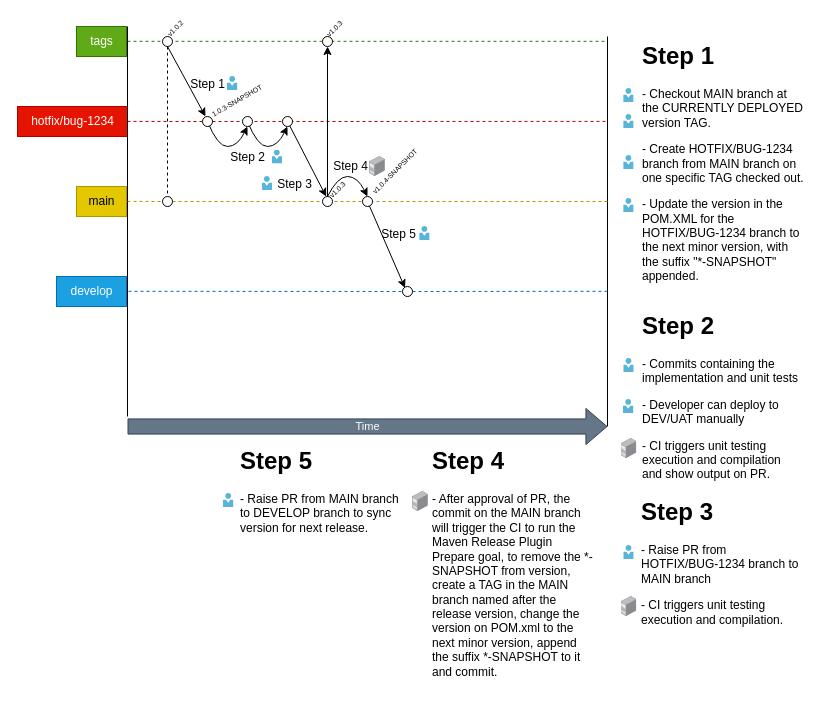
Before: page "Hotfix in existing API" (3 of 4) of docs/Branching Strategy-v2.drawio in IzinCompany/company-sapi, a draw.io diagram. Source tidied: cells renumbered, new cells numbered last; positions are measured from the earlier drawing's top-left corner, leaving out a move shared by most shapes. Both pictures are drawn from the tidied source at 100%, with x=0, y=0 at pixel (17, 21).
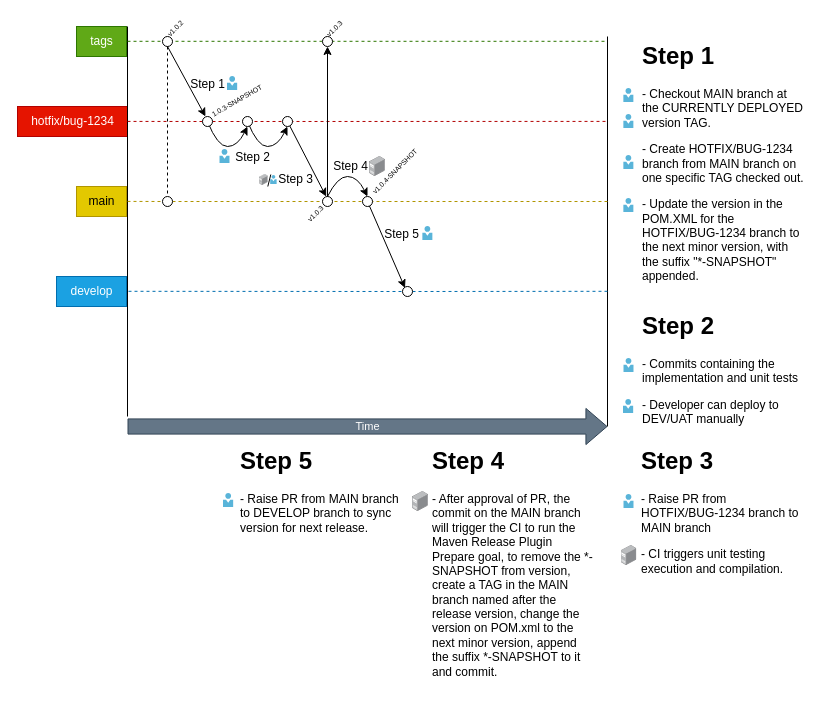
Above is the later version.

The edit, as a diff of the source:
```diff
@@
     <mxCell id="12" value="Step 2" style="text;html=1;strokeColor=none;fillColor=none;align=center;verticalAlign=middle;whiteSpace=wrap;rounded=0;" parent="1" vertex="1">
-      <mxGeometry x="207.5" y="128.5" width="45" height="15" as="geometry" />
+      <mxGeometry x="212.7" y="128" width="45" height="15" as="geometry" />
     </mxCell>
     <mxCell id="13" value="Step 3" style="text;html=1;strokeColor=none;fillColor=none;align=center;verticalAlign=middle;whiteSpace=wrap;rounded=0;" parent="1" vertex="1">
-      <mxGeometry x="255" y="155" width="45" height="15" as="geometry" />
+      <mxGeometry x="255.6" y="150" width="45" height="15" as="geometry" />
     </mxCell>
@@
     <mxCell id="30" value="Step 5" style="text;html=1;strokeColor=none;fillColor=none;align=center;verticalAlign=middle;whiteSpace=wrap;rounded=0;" parent="1" vertex="1">
-      <mxGeometry x="359" y="205" width="45" height="15" as="geometry" />
+      <mxGeometry x="362" y="205" width="45" height="15" as="geometry" />
     </mxCell>
@@
     <mxCell id="40" value="v1.0.3" style="text;html=1;strokeColor=none;fillColor=none;align=center;verticalAlign=middle;whiteSpace=wrap;rounded=0;fontSize=7;rotation=-45;" parent="1" vertex="1">
-      <mxGeometry x="311" y="161" width="19" height="15" as="geometry" />
+      <mxGeometry x="289" y="185" width="19" height="15" as="geometry" />
     </mxCell>
@@
-    <mxCell id="44" style="image;sketch=0;html=1;align=center;fontSize=12;image=img/lib/mscae/Person.svg;" parent="1" vertex="1">
-      <mxGeometry x="254.6" y="128.5" width="10.4" height="14" as="geometry" />
-    </mxCell>
-    <mxCell id="45" style="image;sketch=0;html=1;align=center;fontSize=12;image=img/lib/mscae/Person.svg;" parent="1" vertex="1">
-      <mxGeometry x="244.6" y="155" width="10.4" height="14" as="geometry" />
-    </mxCell>
     <mxCell id="46" style="image;sketch=0;html=1;align=center;fontSize=12;image=img/lib/mscae/Person.svg;" parent="1" vertex="1">
-      <mxGeometry x="402.2" y="205" width="10.4" height="14" as="geometry" />
+      <mxGeometry x="405.2" y="205" width="10.4" height="14" as="geometry" />
     </mxCell>
@@
     <mxCell id="48" value="&lt;h1&gt;Step 3&lt;/h1&gt;&lt;p&gt;&lt;/p&gt;- Raise PR from HOTFIX/BUG-1234 branch to MAIN branch&lt;p&gt;&lt;/p&gt;- CI triggers unit testing execution and compilation." style="text;html=1;strokeColor=none;fillColor=none;spacing=5;spacingTop=-20;whiteSpace=wrap;overflow=hidden;rounded=0;" parent="1" vertex="1">
-      <mxGeometry x="619.3" y="471" width="170.7" height="144" as="geometry" />
+      <mxGeometry x="619.3" y="420" width="170.7" height="144" as="geometry" />
     </mxCell>
     <mxCell id="49" style="image;sketch=0;html=1;align=center;fontSize=12;image=img/lib/mscae/Person.svg;" parent="1" vertex="1">
-      <mxGeometry x="606.3" y="524" width="10.4" height="14" as="geometry" />
+      <mxGeometry x="606.3" y="473" width="10.4" height="14" as="geometry" />
     </mxCell>
     <mxCell id="50" style="image;html=1;align=center;shadow=0;dashed=0;image=img/lib/allied_telesis/computer_and_terminals/Server_Desktop.svg;" parent="1" vertex="1">
-      <mxGeometry x="603.5" y="575" width="15.8" height="20" as="geometry" />
+      <mxGeometry x="603.5" y="524" width="15.8" height="20" as="geometry" />
     </mxCell>
@@
-    <mxCell id="52" value="&lt;h1&gt;Step 2&lt;/h1&gt;&lt;h1&gt;&lt;p style=&quot;font-size: 12px; font-weight: 400;&quot;&gt;- Commits containing the implementation and unit tests&amp;nbsp;&lt;br&gt;&lt;/p&gt;&lt;p style=&quot;font-size: 12px; font-weight: 400;&quot;&gt;- Developer can deploy to DEV/UAT manually&lt;/p&gt;&lt;p style=&quot;font-size: 12px; font-weight: 400;&quot;&gt;- CI triggers unit testing execution and compilation and show output on PR.&lt;br&gt;&lt;/p&gt;&lt;/h1&gt;" style="text;html=1;strokeColor=none;fillColor=none;spacing=5;spacingTop=-20;whiteSpace=wrap;overflow=hidden;rounded=0;" parent="1" vertex="1">
-      <mxGeometry x="620" y="285" width="170" height="180" as="geometry" />
+    <mxCell id="52" value="&lt;h1&gt;Step 2&lt;/h1&gt;&lt;h1&gt;&lt;p style=&quot;font-size: 12px; font-weight: 400;&quot;&gt;- Commits containing the implementation and unit tests&amp;nbsp;&lt;br&gt;&lt;/p&gt;&lt;p style=&quot;font-size: 12px; font-weight: 400;&quot;&gt;- Developer can deploy to DEV/UAT manually&lt;/p&gt;&lt;/h1&gt;" style="text;html=1;strokeColor=none;fillColor=none;spacing=5;spacingTop=-20;whiteSpace=wrap;overflow=hidden;rounded=0;" parent="1" vertex="1">
+      <mxGeometry x="620" y="285" width="170" height="130" as="geometry" />
     </mxCell>
@@
-    <mxCell id="58" style="image;html=1;align=center;shadow=0;dashed=0;image=img/lib/allied_telesis/computer_and_terminals/Server_Desktop.svg;" parent="1" vertex="1">
-      <mxGeometry x="603.5" y="417" width="15.8" height="20" as="geometry" />
-    </mxCell>
@@
+    <mxCell id="64" style="image;sketch=0;html=1;align=center;fontSize=12;image=img/lib/mscae/Person.svg;" parent="1" vertex="1">
+      <mxGeometry x="253.1" y="154" width="6.7" height="9" as="geometry" />
+    </mxCell>
+    <mxCell id="65" style="image;html=1;align=center;shadow=0;dashed=0;image=img/lib/allied_telesis/computer_and_terminals/Server_Desktop.svg;" parent="1" vertex="1">
+      <mxGeometry x="242" y="153" width="8.7" height="11" as="geometry" />
+    </mxCell>
+    <mxCell id="66" style="endArrow=none;html=1;rounded=0;" parent="1" edge="1">
+      <mxGeometry relative="1" as="geometry">
+        <mxPoint x="250.3" y="165" as="sourcePoint" />
+        <mxPoint x="253.3" y="153" as="targetPoint" />
+      </mxGeometry>
+    </mxCell>
+    <mxCell id="67" style="image;sketch=0;html=1;align=center;fontSize=12;image=img/lib/mscae/Person.svg;" parent="1" vertex="1">
+      <mxGeometry x="202.3" y="128" width="10.4" height="14" as="geometry" />
+    </mxCell>
```
